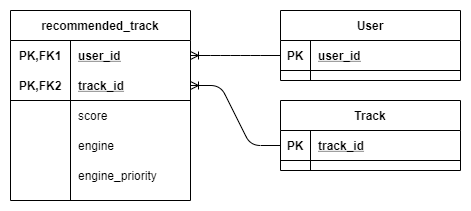
RomainCtl/RecoFinement keeps this draw.io diagram as docs/assets/images/Recofinement_recommended_table.png. Above is the earlier version. Source tidied: cells renumbered, new cells last; positions are measured from the earlier drawing's top-left corner, leaving out a move shared by most shapes. Its diagram source:
```xml
<mxGraphModel>
  <root>
    <mxCell id="0" />
    <mxCell id="1" parent="0" />
    <mxCell id="2" style="edgeStyle=entityRelationEdgeStyle;fontSize=12;html=1;endArrow=ERoneToMany;" parent="1" edge="1" source="5" target="9">
      <mxGeometry relative="1" as="geometry" />
    </mxCell>
    <mxCell id="3" style="edgeStyle=entityRelationEdgeStyle;fontSize=12;html=1;endArrow=ERoneToMany;" parent="1" edge="1" source="25" target="12">
      <mxGeometry relative="1" as="geometry" />
    </mxCell>
    <mxCell id="4" value="User" style="shape=table;startSize=30;rowLines=0;fontStyle=1;align=center;" parent="1" vertex="1">
      <mxGeometry x="270" width="180" height="70" as="geometry" />
    </mxCell>
    <mxCell id="5" style="shape=partialRectangle;fillColor=none;top=0;left=0;bottom=1;right=0;points=[[0,0.5],[1,0.5]];portConstraint=eastwest;" parent="4" vertex="1">
      <mxGeometry y="30" width="180" height="30" as="geometry" />
    </mxCell>
    <mxCell id="6" value="PK" style="shape=partialRectangle;fillColor=none;top=0;left=0;bottom=0;right=0;fontStyle=1;overflow=hidden;" parent="5" vertex="1">
      <mxGeometry width="30" height="30" as="geometry" />
    </mxCell>
    <mxCell id="7" value="user_id" style="shape=partialRectangle;fillColor=none;top=0;left=0;bottom=0;right=0;align=left;spacingLeft=6;fontStyle=5;overflow=hidden;" parent="5" vertex="1">
      <mxGeometry x="30" width="150" height="30" as="geometry" />
    </mxCell>
    <mxCell id="8" value="recommended_track" style="shape=table;startSize=30;rowLines=0;fontStyle=1;align=center;" parent="1" vertex="1">
      <mxGeometry width="180" height="190" as="geometry" />
    </mxCell>
    <mxCell id="9" style="shape=partialRectangle;fillColor=none;top=0;left=0;bottom=0;right=0;points=[[0,0.5],[1,0.5]];portConstraint=eastwest;" parent="8" vertex="1">
      <mxGeometry y="30" width="180" height="30" as="geometry" />
    </mxCell>
    <mxCell id="10" value="PK,FK1" style="shape=partialRectangle;fillColor=none;top=0;left=0;bottom=0;right=0;fontStyle=1;overflow=hidden;" parent="9" vertex="1">
      <mxGeometry width="60" height="30" as="geometry" />
    </mxCell>
    <mxCell id="11" value="user_id" style="shape=partialRectangle;fillColor=none;top=0;left=0;bottom=0;right=0;align=left;spacingLeft=6;fontStyle=5;overflow=hidden;" parent="9" vertex="1">
      <mxGeometry x="60" width="120" height="30" as="geometry" />
    </mxCell>
    <mxCell id="12" style="shape=partialRectangle;fillColor=none;top=0;left=0;bottom=1;right=0;points=[[0,0.5],[1,0.5]];portConstraint=eastwest;" parent="8" vertex="1">
      <mxGeometry y="60" width="180" height="30" as="geometry" />
    </mxCell>
    <mxCell id="13" value="PK,FK2" style="shape=partialRectangle;fillColor=none;top=0;left=0;bottom=0;right=0;fontStyle=1;overflow=hidden;" parent="12" vertex="1">
      <mxGeometry width="60" height="30" as="geometry" />
    </mxCell>
    <mxCell id="14" value="track_id" style="shape=partialRectangle;fillColor=none;top=0;left=0;bottom=0;right=0;align=left;spacingLeft=6;fontStyle=5;overflow=hidden;" parent="12" vertex="1">
      <mxGeometry x="60" width="120" height="30" as="geometry" />
    </mxCell>
    <mxCell id="15" style="shape=partialRectangle;fillColor=none;top=0;left=0;bottom=0;right=0;" parent="8" vertex="1">
      <mxGeometry y="90" width="180" height="30" as="geometry" />
    </mxCell>
    <mxCell id="16" style="shape=partialRectangle;fillColor=none;top=0;left=0;bottom=0;right=0;overflow=hidden;" parent="15" vertex="1">
      <mxGeometry width="60" height="30" as="geometry" />
    </mxCell>
    <mxCell id="17" value="score" style="shape=partialRectangle;fillColor=none;top=0;left=0;bottom=0;right=0;align=left;spacingLeft=6;overflow=hidden;" parent="15" vertex="1">
      <mxGeometry x="60" width="120" height="30" as="geometry" />
    </mxCell>
    <mxCell id="18" style="shape=partialRectangle;fillColor=none;top=0;left=0;bottom=0;right=0;" parent="8" vertex="1">
      <mxGeometry y="120" width="180" height="30" as="geometry" />
    </mxCell>
    <mxCell id="19" style="shape=partialRectangle;fillColor=none;top=0;left=0;bottom=0;right=0;overflow=hidden;" parent="18" vertex="1">
      <mxGeometry width="60" height="30" as="geometry" />
    </mxCell>
    <mxCell id="20" value="engine" style="shape=partialRectangle;fillColor=none;top=0;left=0;bottom=0;right=0;align=left;spacingLeft=6;overflow=hidden;" parent="18" vertex="1">
      <mxGeometry x="60" width="120" height="30" as="geometry" />
    </mxCell>
    <mxCell id="21" style="shape=partialRectangle;fillColor=none;top=0;left=0;bottom=0;right=0;" parent="8" vertex="1">
      <mxGeometry y="150" width="180" height="30" as="geometry" />
    </mxCell>
    <mxCell id="22" style="shape=partialRectangle;fillColor=none;top=0;left=0;bottom=0;right=0;overflow=hidden;" parent="21" vertex="1">
      <mxGeometry width="60" height="30" as="geometry" />
    </mxCell>
    <mxCell id="23" value="engine_priority" style="shape=partialRectangle;fillColor=none;top=0;left=0;bottom=0;right=0;align=left;spacingLeft=6;overflow=hidden;" parent="21" vertex="1">
      <mxGeometry x="60" width="120" height="30" as="geometry" />
    </mxCell>
    <mxCell id="24" value="Track" style="shape=table;startSize=30;rowLines=0;fontStyle=1;align=center;" parent="1" vertex="1">
      <mxGeometry x="270" y="90" width="180" height="70" as="geometry" />
    </mxCell>
    <mxCell id="25" style="shape=partialRectangle;fillColor=none;top=0;left=0;bottom=1;right=0;points=[[0,0.5],[1,0.5]];portConstraint=eastwest;" parent="24" vertex="1">
      <mxGeometry y="30" width="180" height="30" as="geometry" />
    </mxCell>
    <mxCell id="26" value="PK" style="shape=partialRectangle;fillColor=none;top=0;left=0;bottom=0;right=0;fontStyle=1;overflow=hidden;" parent="25" vertex="1">
      <mxGeometry width="30" height="30" as="geometry" />
    </mxCell>
    <mxCell id="27" value="track_id" style="shape=partialRectangle;fillColor=none;top=0;left=0;bottom=0;right=0;align=left;spacingLeft=6;fontStyle=5;overflow=hidden;" parent="25" vertex="1">
      <mxGeometry x="30" width="150" height="30" as="geometry" />
    </mxCell>
  </root>
</mxGraphModel>
```
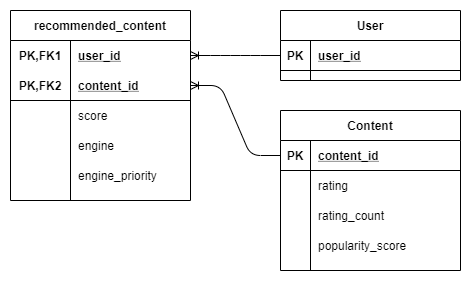
The same file after the commit.

What changed in the source:
```diff
@@ -20,7 +20,7 @@
     <mxCell id="7" value="user_id" style="shape=partialRectangle;fillColor=none;top=0;left=0;bottom=0;right=0;align=left;spacingLeft=6;fontStyle=5;overflow=hidden;" parent="5" vertex="1">
       <mxGeometry x="30" width="150" height="30" as="geometry" />
     </mxCell>
-    <mxCell id="8" value="recommended_track" style="shape=table;startSize=30;rowLines=0;fontStyle=1;align=center;" parent="1" vertex="1">
+    <mxCell id="8" value="recommended_content" style="shape=table;startSize=30;rowLines=0;fontStyle=1;align=center;" parent="1" vertex="1">
       <mxGeometry width="180" height="190" as="geometry" />
     </mxCell>
     <mxCell id="9" style="shape=partialRectangle;fillColor=none;top=0;left=0;bottom=0;right=0;points=[[0,0.5],[1,0.5]];portConstraint=eastwest;" parent="8" vertex="1">
@@ -38,7 +38,7 @@
     <mxCell id="13" value="PK,FK2" style="shape=partialRectangle;fillColor=none;top=0;left=0;bottom=0;right=0;fontStyle=1;overflow=hidden;" parent="12" vertex="1">
       <mxGeometry width="60" height="30" as="geometry" />
     </mxCell>
-    <mxCell id="14" value="track_id" style="shape=partialRectangle;fillColor=none;top=0;left=0;bottom=0;right=0;align=left;spacingLeft=6;fontStyle=5;overflow=hidden;" parent="12" vertex="1">
+    <mxCell id="14" value="content_id" style="shape=partialRectangle;fillColor=none;top=0;left=0;bottom=0;right=0;align=left;spacingLeft=6;fontStyle=5;overflow=hidden;" parent="12" vertex="1">
       <mxGeometry x="60" width="120" height="30" as="geometry" />
     </mxCell>
     <mxCell id="15" style="shape=partialRectangle;fillColor=none;top=0;left=0;bottom=0;right=0;" parent="8" vertex="1">
@@ -68,17 +68,44 @@
     <mxCell id="23" value="engine_priority" style="shape=partialRectangle;fillColor=none;top=0;left=0;bottom=0;right=0;align=left;spacingLeft=6;overflow=hidden;" parent="21" vertex="1">
       <mxGeometry x="60" width="120" height="30" as="geometry" />
     </mxCell>
-    <mxCell id="24" value="Track" style="shape=table;startSize=30;rowLines=0;fontStyle=1;align=center;" parent="1" vertex="1">
-      <mxGeometry x="270" y="90" width="180" height="70" as="geometry" />
-    </mxCell>
+    <mxCell id="28" value="Content" style="shape=table;startSize=30;rowLines=0;fontStyle=1;align=center;" parent="1" vertex="1">
+      <mxGeometry x="270" y="100" width="180" height="160" as="geometry" />
+    </mxCell>
-    <mxCell id="25" style="shape=partialRectangle;fillColor=none;top=0;left=0;bottom=1;right=0;points=[[0,0.5],[1,0.5]];portConstraint=eastwest;" parent="24" vertex="1">
+    <mxCell id="25" style="shape=partialRectangle;fillColor=none;top=0;left=0;bottom=1;right=0;points=[[0,0.5],[1,0.5]];portConstraint=eastwest;" parent="28" vertex="1">
       <mxGeometry y="30" width="180" height="30" as="geometry" />
     </mxCell>
     <mxCell id="26" value="PK" style="shape=partialRectangle;fillColor=none;top=0;left=0;bottom=0;right=0;fontStyle=1;overflow=hidden;" parent="25" vertex="1">
       <mxGeometry width="30" height="30" as="geometry" />
     </mxCell>
-    <mxCell id="27" value="track_id" style="shape=partialRectangle;fillColor=none;top=0;left=0;bottom=0;right=0;align=left;spacingLeft=6;fontStyle=5;overflow=hidden;" parent="25" vertex="1">
-      <mxGeometry x="30" width="150" height="30" as="geometry" />
-    </mxCell>
+    <mxCell id="29" value="content_id" style="shape=partialRectangle;fillColor=none;top=0;left=0;bottom=0;right=0;align=left;spacingLeft=6;fontStyle=5;overflow=hidden;" parent="25" vertex="1">
+      <mxGeometry x="30" width="150" height="30" as="geometry" />
+    </mxCell>
+    <mxCell id="30" style="shape=partialRectangle;fillColor=none;top=0;left=0;bottom=0;right=0;" parent="28" vertex="1">
+      <mxGeometry y="60" width="180" height="30" as="geometry" />
+    </mxCell>
+    <mxCell id="31" style="shape=partialRectangle;fillColor=none;top=0;left=0;bottom=0;right=0;overflow=hidden;" parent="30" vertex="1">
+      <mxGeometry width="30" height="30" as="geometry" />
+    </mxCell>
+    <mxCell id="32" value="rating" style="shape=partialRectangle;fillColor=none;top=0;left=0;bottom=0;right=0;align=left;spacingLeft=6;overflow=hidden;" parent="30" vertex="1">
+      <mxGeometry x="30" width="150" height="30" as="geometry" />
+    </mxCell>
+    <mxCell id="33" style="shape=partialRectangle;fillColor=none;top=0;left=0;bottom=0;right=0;" parent="28" vertex="1">
+      <mxGeometry y="90" width="180" height="30" as="geometry" />
+    </mxCell>
+    <mxCell id="34" style="shape=partialRectangle;fillColor=none;top=0;left=0;bottom=0;right=0;overflow=hidden;" parent="33" vertex="1">
+      <mxGeometry width="30" height="30" as="geometry" />
+    </mxCell>
+    <mxCell id="35" value="rating_count" style="shape=partialRectangle;fillColor=none;top=0;left=0;bottom=0;right=0;align=left;spacingLeft=6;overflow=hidden;" parent="33" vertex="1">
+      <mxGeometry x="30" width="150" height="30" as="geometry" />
+    </mxCell>
+    <mxCell id="36" style="shape=partialRectangle;fillColor=none;top=0;left=0;bottom=0;right=0;" parent="28" vertex="1">
+      <mxGeometry y="120" width="180" height="30" as="geometry" />
+    </mxCell>
+    <mxCell id="37" style="shape=partialRectangle;fillColor=none;top=0;left=0;bottom=0;right=0;overflow=hidden;" parent="36" vertex="1">
+      <mxGeometry width="30" height="30" as="geometry" />
+    </mxCell>
+    <mxCell id="38" value="popularity_score" style="shape=partialRectangle;fillColor=none;top=0;left=0;bottom=0;right=0;align=left;spacingLeft=6;overflow=hidden;" parent="36" vertex="1">
+      <mxGeometry x="30" width="150" height="30" as="geometry" />
+    </mxCell>
   </root>
 </mxGraphModel>
```
